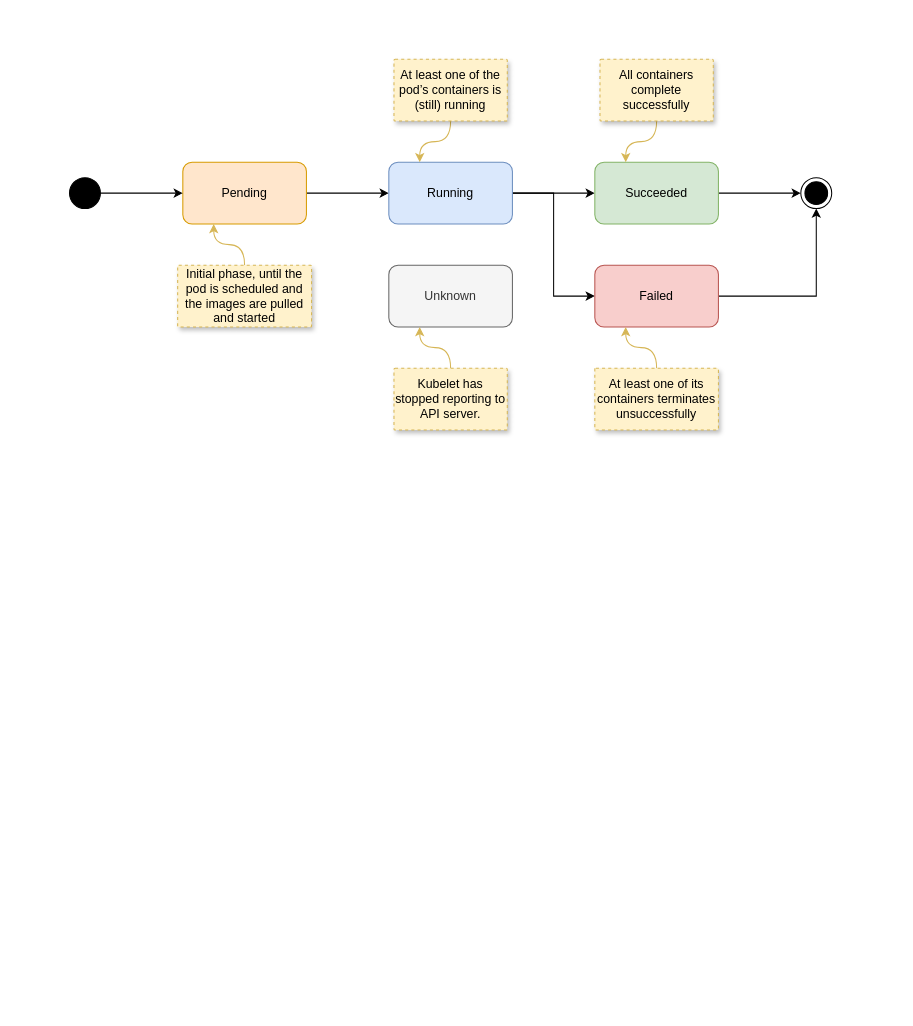
Before: page "Pod Lifecycle" (1 of 4) of st/k8s_common.drawio in gaivin/drawio, a draw.io diagram. Source tidied: cells renumbered, new cells numbered last; positions are measured from the earlier drawing's top-left corner, leaving out a move shared by most shapes. Both pictures are drawn from the tidied source at 103%, with x=0, y=0 at pixel (69, 59).
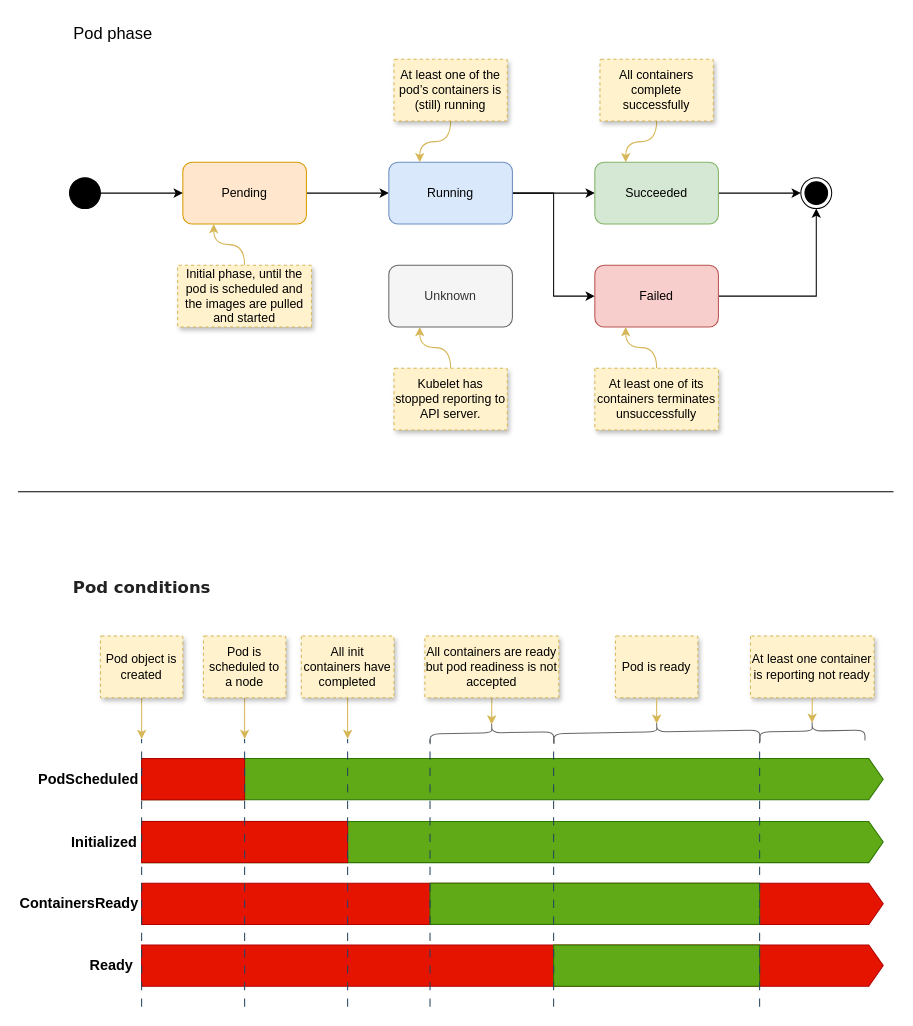
The same diagram, later.

Commit message:
Add pod conditions

The edit, as a diff of the source:
```diff
@@
+    <mxCell id="25" value="Pod phase" style="text;html=1;align=center;verticalAlign=middle;whiteSpace=wrap;rounded=0;fontSize=16;" parent="1" vertex="1">
+      <mxGeometry x="-15" y="-40" width="115" height="30" as="geometry" />
+    </mxCell>
+    <mxCell id="26" style="shape=singleArrow;whiteSpace=wrap;html=1;arrowWidth=1;arrowSize=0.019444444444444445;fillColor=#60a917;strokeColor=#2D7600;fontColor=#ffffff;" parent="1" vertex="1">
+      <mxGeometry x="70" y="679" width="720" height="40" as="geometry" />
+    </mxCell>
+    <mxCell id="27" style="rounded=0;whiteSpace=wrap;html=1;fillColor=#e51400;fontColor=#ffffff;strokeColor=#B20000;" parent="1" vertex="1">
+      <mxGeometry x="70" y="679" width="100" height="40" as="geometry" />
+    </mxCell>
+    <mxCell id="28" style="shape=singleArrow;whiteSpace=wrap;html=1;arrowWidth=1;arrowSize=0.019444444444444445;fillColor=#60a917;strokeColor=#2D7600;fontColor=#ffffff;" parent="1" vertex="1">
+      <mxGeometry x="70" y="740" width="720" height="40" as="geometry" />
+    </mxCell>
+    <mxCell id="29" style="rounded=0;whiteSpace=wrap;html=1;fillColor=#e51400;fontColor=#ffffff;strokeColor=#B20000;" parent="1" vertex="1">
+      <mxGeometry x="70" y="740" width="200" height="40" as="geometry" />
+    </mxCell>
+    <mxCell id="30" style="shape=singleArrow;whiteSpace=wrap;html=1;arrowWidth=1;arrowSize=0.019444444444444445;fillColor=#e51400;strokeColor=#B20000;fontColor=#ffffff;" parent="1" vertex="1">
+      <mxGeometry x="70" y="800" width="720" height="40" as="geometry" />
+    </mxCell>
+    <mxCell id="31" style="shape=singleArrow;whiteSpace=wrap;html=1;arrowWidth=1;arrowSize=0.019444444444444445;fillColor=#e51400;strokeColor=#B20000;fontColor=#ffffff;" parent="1" vertex="1">
+      <mxGeometry x="70" y="860" width="720" height="40" as="geometry" />
+    </mxCell>
+    <mxCell id="32" style="rounded=0;whiteSpace=wrap;html=1;fillColor=#60a917;fontColor=#ffffff;strokeColor=#2D7600;" parent="1" vertex="1">
+      <mxGeometry x="350" y="800" width="320" height="40" as="geometry" />
+    </mxCell>
+    <mxCell id="33" style="rounded=0;whiteSpace=wrap;html=1;fillColor=#60a917;fontColor=#ffffff;strokeColor=#2D7600;" parent="1" vertex="1">
+      <mxGeometry x="470" y="860" width="200" height="40" as="geometry" />
+    </mxCell>
+    <mxCell id="34" style="endArrow=none;html=1;rounded=0;dashed=1;dashPattern=8 8;fillColor=#bac8d3;strokeColor=#23445d;fontStyle=1;" parent="1" edge="1">
+      <mxGeometry relative="1" as="geometry">
+        <mxPoint x="70" y="920" as="sourcePoint" />
+        <mxPoint x="70" y="660" as="targetPoint" />
+      </mxGeometry>
+    </mxCell>
+    <mxCell id="35" style="endArrow=none;html=1;rounded=0;dashed=1;dashPattern=8 8;fillColor=#bac8d3;strokeColor=#23445d;" parent="1" edge="1">
+      <mxGeometry relative="1" as="geometry">
+        <mxPoint x="170" y="920" as="sourcePoint" />
+        <mxPoint x="170" y="660" as="targetPoint" />
+      </mxGeometry>
+    </mxCell>
+    <mxCell id="36" style="endArrow=none;html=1;rounded=0;dashed=1;dashPattern=8 8;fillColor=#bac8d3;strokeColor=#23445d;" parent="1" edge="1">
+      <mxGeometry relative="1" as="geometry">
+        <mxPoint x="270" y="920" as="sourcePoint" />
+        <mxPoint x="270" y="660" as="targetPoint" />
+      </mxGeometry>
+    </mxCell>
+    <mxCell id="37" style="endArrow=none;html=1;rounded=0;dashed=1;dashPattern=8 8;fillColor=#bac8d3;strokeColor=#23445d;" parent="1" edge="1">
+      <mxGeometry relative="1" as="geometry">
+        <mxPoint x="350" y="920" as="sourcePoint" />
+        <mxPoint x="350" y="660" as="targetPoint" />
+      </mxGeometry>
+    </mxCell>
+    <mxCell id="38" style="endArrow=none;html=1;rounded=0;dashed=1;dashPattern=8 8;fillColor=#bac8d3;strokeColor=#23445d;" parent="1" edge="1">
+      <mxGeometry relative="1" as="geometry">
+        <mxPoint x="470" y="920" as="sourcePoint" />
+        <mxPoint x="470" y="660" as="targetPoint" />
+      </mxGeometry>
+    </mxCell>
+    <mxCell id="39" style="endArrow=none;html=1;rounded=0;dashed=1;dashPattern=8 8;fillColor=#bac8d3;strokeColor=#23445d;" parent="1" edge="1">
+      <mxGeometry relative="1" as="geometry">
+        <mxPoint x="670" y="920" as="sourcePoint" />
+        <mxPoint x="670" y="660" as="targetPoint" />
+      </mxGeometry>
+    </mxCell>
+    <mxCell id="40" value="&lt;h5 style=&quot;box-sizing: border-box; -webkit-tap-highlight-color: rgba(0, 0, 0, 0); line-height: 1.2; margin: 0.2rem 0px 0.5rem; padding: 0px; color: rgb(34, 34, 34); text-rendering: optimizelegibility; font-size: 16px; text-align: start;&quot;&gt;Pod conditions&lt;/h5&gt;" style="text;html=1;align=center;verticalAlign=middle;whiteSpace=wrap;rounded=0;fontSize=16;fontFamily=Verdana;fontStyle=0;" parent="1" vertex="1">
+      <mxGeometry x="-7.5" y="500" width="155" height="30" as="geometry" />
+    </mxCell>
+    <mxCell id="41" style="endArrow=none;html=1;rounded=0;" parent="1" edge="1">
+      <mxGeometry relative="1" as="geometry">
+        <mxPoint x="-50" y="420" as="sourcePoint" />
+        <mxPoint x="800" y="420" as="targetPoint" />
+      </mxGeometry>
+    </mxCell>
+    <mxCell id="42" value="PodScheduled" style="text;whiteSpace=wrap;html=1;fontSize=14;fontStyle=1;" parent="1" vertex="1">
+      <mxGeometry x="-32" y="684" width="90" height="30" as="geometry" />
+    </mxCell>
+    <mxCell id="43" value="Initialized" style="text;whiteSpace=wrap;html=1;fontSize=14;fontStyle=1;" parent="1" vertex="1">
+      <mxGeometry y="745" width="70" height="30" as="geometry" />
+    </mxCell>
+    <mxCell id="44" value="ContainersReady" style="text;whiteSpace=wrap;html=1;fontSize=14;fontStyle=1;" parent="1" vertex="1">
+      <mxGeometry x="-50" y="805" width="100" height="30" as="geometry" />
+    </mxCell>
+    <mxCell id="45" value="Ready" style="text;whiteSpace=wrap;html=1;fontSize=14;fontStyle=1;" parent="1" vertex="1">
+      <mxGeometry x="18" y="865" width="40" height="30" as="geometry" />
+    </mxCell>
+    <mxCell id="46" style="edgeStyle=orthogonalEdgeStyle;rounded=0;jettySize=auto;html=1;exitX=0.5;exitY=1;exitDx=0;exitDy=0;curved=1;fillColor=#fff2cc;strokeColor=#d6b656;" parent="1" edge="1" source="47">
+      <mxGeometry relative="1" as="geometry">
+        <mxPoint x="70" y="660" as="targetPoint" />
+      </mxGeometry>
+    </mxCell>
+    <mxCell id="47" value="Pod object is created" style="strokeColor=#d6b656;shadow=1;strokeWidth=1;rounded=1;absoluteArcSize=1;arcSize=2;fillColor=#fff2cc;dashed=1;whiteSpace=wrap;" parent="1" vertex="1">
+      <mxGeometry x="30" y="560" width="80" height="60" as="geometry" />
+    </mxCell>
+    <mxCell id="48" style="edgeStyle=orthogonalEdgeStyle;rounded=0;jettySize=auto;html=1;exitX=0.5;exitY=1;exitDx=0;exitDy=0;curved=1;fillColor=#fff2cc;strokeColor=#d6b656;" parent="1" edge="1" source="49">
+      <mxGeometry relative="1" as="geometry">
+        <mxPoint x="170" y="660" as="targetPoint" />
+      </mxGeometry>
+    </mxCell>
+    <mxCell id="49" value="Pod is scheduled to a node" style="strokeColor=#d6b656;shadow=1;strokeWidth=1;rounded=1;absoluteArcSize=1;arcSize=2;fillColor=#fff2cc;dashed=1;whiteSpace=wrap;" parent="1" vertex="1">
+      <mxGeometry x="130" y="560" width="80" height="60" as="geometry" />
+    </mxCell>
+    <mxCell id="50" style="edgeStyle=orthogonalEdgeStyle;rounded=0;jettySize=auto;html=1;exitX=0.5;exitY=1;exitDx=0;exitDy=0;curved=1;fillColor=#fff2cc;strokeColor=#d6b656;" parent="1" edge="1" source="51">
+      <mxGeometry relative="1" as="geometry">
+        <mxPoint x="270" y="660" as="targetPoint" />
+      </mxGeometry>
+    </mxCell>
+    <mxCell id="51" value="All init containers have completed" style="strokeColor=#d6b656;shadow=1;strokeWidth=1;rounded=1;absoluteArcSize=1;arcSize=2;fillColor=#fff2cc;dashed=1;whiteSpace=wrap;" parent="1" vertex="1">
+      <mxGeometry x="225" y="560" width="90" height="60" as="geometry" />
+    </mxCell>
+    <mxCell id="52" style="edgeStyle=orthogonalEdgeStyle;rounded=0;jettySize=auto;html=1;exitX=0.5;exitY=1;exitDx=0;exitDy=0;curved=1;fillColor=#fff2cc;strokeColor=#d6b656;entryX=0.1;entryY=0.5;entryDx=0;entryDy=0;entryPerimeter=0;" parent="1" edge="1" source="53" target="54">
+      <mxGeometry relative="1" as="geometry" />
+    </mxCell>
+    <mxCell id="53" value="All containers are ready but pod readiness is not accepted" style="strokeColor=#d6b656;shadow=1;strokeWidth=1;rounded=1;absoluteArcSize=1;arcSize=2;fillColor=#fff2cc;dashed=1;whiteSpace=wrap;" parent="1" vertex="1">
+      <mxGeometry x="345" y="560" width="130" height="60" as="geometry" />
+    </mxCell>
+    <mxCell id="54" style="shape=curlyBracket;whiteSpace=wrap;html=1;rounded=1;labelPosition=left;verticalLabelPosition=middle;align=right;verticalAlign=middle;rotation=89;fillColor=#f5f5f5;fontColor=#333333;strokeColor=#666666;" parent="1" vertex="1">
+      <mxGeometry x="400" y="594" width="20" height="120" as="geometry" />
+    </mxCell>
+    <mxCell id="55" style="shape=curlyBracket;whiteSpace=wrap;html=1;rounded=1;labelPosition=left;verticalLabelPosition=middle;align=right;verticalAlign=middle;rotation=89;fillColor=#f5f5f5;fontColor=#333333;strokeColor=#666666;" parent="1" vertex="1">
+      <mxGeometry x="560.2" y="553.1" width="20" height="200" as="geometry" />
+    </mxCell>
+    <mxCell id="56" value="Pod is ready" style="strokeColor=#d6b656;shadow=1;strokeWidth=1;rounded=1;absoluteArcSize=1;arcSize=2;fillColor=#fff2cc;dashed=1;whiteSpace=wrap;" parent="1" vertex="1">
+      <mxGeometry x="530" y="560" width="80" height="60" as="geometry" />
+    </mxCell>
+    <mxCell id="57" style="edgeStyle=orthogonalEdgeStyle;rounded=0;jettySize=auto;html=1;exitX=0.5;exitY=1;exitDx=0;exitDy=0;entryX=0.1;entryY=0.5;entryDx=0;entryDy=0;entryPerimeter=0;curved=1;fillColor=#fff2cc;strokeColor=#d6b656;" parent="1" edge="1" source="56" target="55">
+      <mxGeometry relative="1" as="geometry" />
+    </mxCell>
+    <mxCell id="58" style="shape=curlyBracket;whiteSpace=wrap;html=1;rounded=1;labelPosition=left;verticalLabelPosition=middle;align=right;verticalAlign=middle;rotation=89;fillColor=#f5f5f5;fontColor=#333333;strokeColor=#666666;" parent="1" vertex="1">
+      <mxGeometry x="711.1" y="601.2" width="20" height="102.1" as="geometry" />
+    </mxCell>
+    <mxCell id="59" value="At least one container is reporting not ready" style="strokeColor=#d6b656;shadow=1;strokeWidth=1;rounded=1;absoluteArcSize=1;arcSize=2;fillColor=#fff2cc;dashed=1;whiteSpace=wrap;" parent="1" vertex="1">
+      <mxGeometry x="661.1" y="560" width="120" height="60" as="geometry" />
+    </mxCell>
+    <mxCell id="60" style="edgeStyle=orthogonalEdgeStyle;rounded=0;jettySize=auto;html=1;exitX=0.5;exitY=1;exitDx=0;exitDy=0;entryX=0.1;entryY=0.5;entryDx=0;entryDy=0;entryPerimeter=0;curved=1;fillColor=#fff2cc;strokeColor=#d6b656;" parent="1" edge="1" source="59" target="58">
+      <mxGeometry relative="1" as="geometry" />
+    </mxCell>
```
